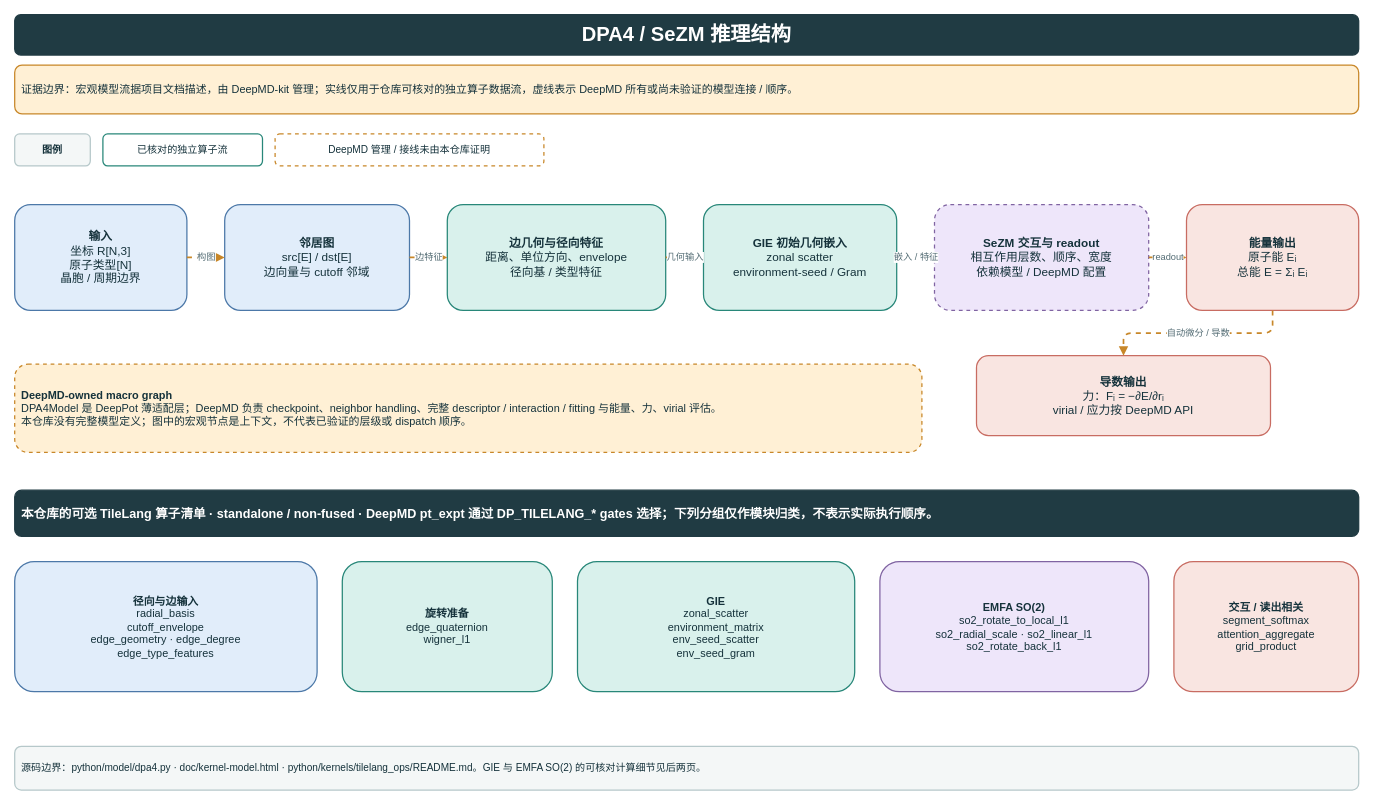
Before: page "DPA4 总览" (1 of 4) of doc/dpa4-model-architecture.drawio in lipengfei1409/bysj, a draw.io diagram. Source tidied: cells renumbered, new cells numbered last; positions are measured from the earlier drawing's top-left corner, leaving out a move shared by most shapes. Both pictures are drawn from the tidied source at 84%, with x=0, y=0 at pixel (14, 14).
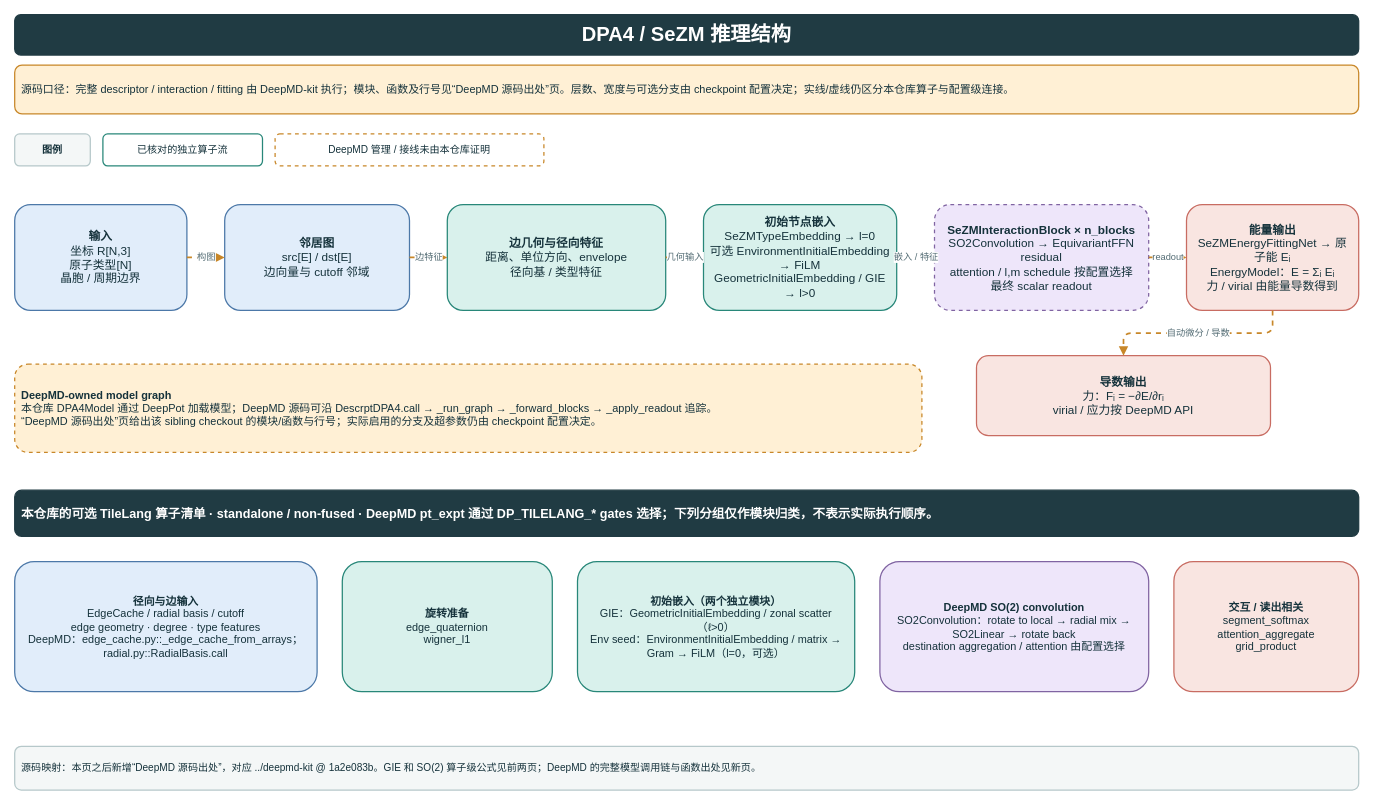
Above is the later version.

What changed in the source:
```diff
@@
-    <mxCell id="3" value="证据边界：宏观模型流据项目文档描述，由 DeepMD-kit 管理；实线仅用于仓库可核对的独立算子数据流，虚线表示 DeepMD 所有或尚未验证的模型连接 / 顺序。" style="rounded=1;whiteSpace=wrap;html=1;fillColor=#FFF0D5;strokeColor=#C88729;fontColor=#15323B;fontSize=13;align=left;verticalAlign=middle;spacing=8;fontStyle=0;dashed=0;strokeWidth=1.5;" parent="1" vertex="1">
+    <mxCell id="3" value="源码口径：完整 descriptor / interaction / fitting 由 DeepMD-kit 执行；模块、函数及行号见“DeepMD 源码出处”页。层数、宽度与可选分支由 checkpoint 配置决定；实线/虚线仍区分本仓库算子与配置级连接。" style="rounded=1;whiteSpace=wrap;html=1;fillColor=#FFF0D5;strokeColor=#C88729;fontColor=#15323B;fontSize=13;align=left;verticalAlign=middle;spacing=8;fontStyle=0;dashed=0;strokeWidth=1.5;" parent="1" vertex="1">
       <mxGeometry y="60" width="1600" height="58" as="geometry" />
     </mxCell>
@@
-    <mxCell id="10" value="&lt;b&gt;GIE 初始几何嵌入&lt;/b&gt;&lt;br&gt;zonal scatter&lt;br&gt;environment-seed / Gram" style="rounded=1;whiteSpace=wrap;html=1;fillColor=#D9F1EC;strokeColor=#288779;fontColor=#15323B;fontSize=14;align=center;verticalAlign=middle;spacing=8;fontStyle=0;dashed=0;strokeWidth=1.5;" parent="1" vertex="1">
+    <mxCell id="10" value="&lt;b&gt;初始节点嵌入&lt;/b&gt;&lt;br&gt;SeZMTypeEmbedding → l=0&lt;br&gt;可选 EnvironmentInitialEmbedding → FiLM&lt;br&gt;GeometricInitialEmbedding / GIE → l&gt;0" style="rounded=1;whiteSpace=wrap;html=1;fillColor=#D9F1EC;strokeColor=#288779;fontColor=#15323B;fontSize=14;align=center;verticalAlign=middle;spacing=8;fontStyle=0;dashed=0;strokeWidth=1.5;" parent="1" vertex="1">
       <mxGeometry x="820" y="226" width="230" height="126" as="geometry" />
     </mxCell>
-    <mxCell id="11" value="&lt;b&gt;SeZM 交互与 readout&lt;/b&gt;&lt;br&gt;相互作用层数、顺序、宽度&lt;br&gt;依赖模型 / DeepMD 配置" style="rounded=1;whiteSpace=wrap;html=1;fillColor=#EEE6FA;strokeColor=#8064A2;fontColor=#15323B;fontSize=14;align=center;verticalAlign=middle;spacing=8;fontStyle=0;dashed=1;strokeWidth=1.5;" parent="1" vertex="1">
+    <mxCell id="11" value="&lt;b&gt;SeZMInteractionBlock × n_blocks&lt;/b&gt;&lt;br&gt;SO2Convolution → EquivariantFFN residual&lt;br&gt;attention / l,m schedule 按配置选择&lt;br&gt;最终 scalar readout" style="rounded=1;whiteSpace=wrap;html=1;fillColor=#EEE6FA;strokeColor=#8064A2;fontColor=#15323B;fontSize=14;align=center;verticalAlign=middle;spacing=8;fontStyle=0;dashed=1;strokeWidth=1.5;" parent="1" vertex="1">
       <mxGeometry x="1095" y="226" width="255" height="126" as="geometry" />
     </mxCell>
-    <mxCell id="12" value="&lt;b&gt;能量输出&lt;/b&gt;&lt;br&gt;原子能 Eᵢ&lt;br&gt;总能 E = Σᵢ Eᵢ" style="rounded=1;whiteSpace=wrap;html=1;fillColor=#F9E5E1;strokeColor=#C86C62;fontColor=#15323B;fontSize=14;align=center;verticalAlign=middle;spacing=8;fontStyle=0;dashed=0;strokeWidth=1.5;" parent="1" vertex="1">
+    <mxCell id="12" value="&lt;b&gt;能量输出&lt;/b&gt;&lt;br&gt;SeZMEnergyFittingNet → 原子能 Eᵢ&lt;br&gt;EnergyModel：E = Σᵢ Eᵢ&lt;br&gt;力 / virial 由能量导数得到" style="rounded=1;whiteSpace=wrap;html=1;fillColor=#F9E5E1;strokeColor=#C86C62;fontColor=#15323B;fontSize=14;align=center;verticalAlign=middle;spacing=8;fontStyle=0;dashed=0;strokeWidth=1.5;" parent="1" vertex="1">
       <mxGeometry x="1395" y="226" width="205" height="126" as="geometry" />
     </mxCell>
@@
-    <mxCell id="20" value="&lt;b&gt;DeepMD-owned macro graph&lt;/b&gt;&lt;br&gt;DPA4Model 是 DeepPot 薄适配层；DeepMD 负责 checkpoint、neighbor handling、完整 descriptor / interaction / fitting 与能量、力、virial 评估。&lt;br&gt;本仓库没有完整模型定义；图中的宏观节点是上下文，不代表已验证的层级或 dispatch 顺序。" style="rounded=1;whiteSpace=wrap;html=1;fillColor=#FFF0D5;strokeColor=#C88729;fontColor=#15323B;fontSize=13;align=left;verticalAlign=middle;spacing=8;fontStyle=0;dashed=1;strokeWidth=1.5;" parent="1" vertex="1">
+    <mxCell id="20" value="&lt;b&gt;DeepMD-owned model graph&lt;/b&gt;&lt;br&gt;本仓库 DPA4Model 通过 DeepPot 加载模型；DeepMD 源码可沿 DescrptDPA4.call → _run_graph → _forward_blocks → _apply_readout 追踪。&lt;br&gt;“DeepMD 源码出处”页给出该 sibling checkout 的模块/函数与行号；实际启用的分支及超参数仍由 checkpoint 配置决定。" style="rounded=1;whiteSpace=wrap;html=1;fillColor=#FFF0D5;strokeColor=#C88729;fontColor=#15323B;fontSize=13;align=left;verticalAlign=middle;spacing=8;fontStyle=0;dashed=1;strokeWidth=1.5;" parent="1" vertex="1">
       <mxGeometry y="416" width="1080" height="105" as="geometry" />
     </mxCell>
@@
-    <mxCell id="22" value="&lt;b&gt;径向与边输入&lt;/b&gt;&lt;br&gt;radial_basis&lt;br&gt;cutoff_envelope&lt;br&gt;edge_geometry · edge_degree&lt;br&gt;edge_type_features" style="rounded=1;whiteSpace=wrap;html=1;fillColor=#E1EDFA;strokeColor=#4C78A8;fontColor=#15323B;fontSize=13;align=center;verticalAlign=middle;spacing=8;fontStyle=0;dashed=0;strokeWidth=1.5;" parent="1" vertex="1">
+    <mxCell id="22" value="&lt;b&gt;径向与边输入&lt;/b&gt;&lt;br&gt;EdgeCache / radial basis / cutoff&lt;br&gt;edge geometry · degree · type features&lt;br&gt;DeepMD：edge_cache.py::_edge_cache_from_arrays；radial.py::RadialBasis.call" style="rounded=1;whiteSpace=wrap;html=1;fillColor=#E1EDFA;strokeColor=#4C78A8;fontColor=#15323B;fontSize=13;align=center;verticalAlign=middle;spacing=8;fontStyle=0;dashed=0;strokeWidth=1.5;" parent="1" vertex="1">
       <mxGeometry y="651" width="360" height="155" as="geometry" />
     </mxCell>
@@
-    <mxCell id="24" value="&lt;b&gt;GIE&lt;/b&gt;&lt;br&gt;zonal_scatter&lt;br&gt;environment_matrix&lt;br&gt;env_seed_scatter&lt;br&gt;env_seed_gram" style="rounded=1;whiteSpace=wrap;html=1;fillColor=#D9F1EC;strokeColor=#288779;fontColor=#15323B;fontSize=13;align=center;verticalAlign=middle;spacing=8;fontStyle=0;dashed=0;strokeWidth=1.5;" parent="1" vertex="1">
+    <mxCell id="24" value="&lt;b&gt;初始嵌入（两个独立模块）&lt;/b&gt;&lt;br&gt;GIE：GeometricInitialEmbedding / zonal scatter（ℓ&gt;0）&lt;br&gt;Env seed：EnvironmentInitialEmbedding / matrix → Gram → FiLM（l=0，可选）" style="rounded=1;whiteSpace=wrap;html=1;fillColor=#D9F1EC;strokeColor=#288779;fontColor=#15323B;fontSize=13;align=center;verticalAlign=middle;spacing=8;fontStyle=0;dashed=0;strokeWidth=1.5;" parent="1" vertex="1">
       <mxGeometry x="670" y="651" width="330" height="155" as="geometry" />
     </mxCell>
-    <mxCell id="25" value="&lt;b&gt;EMFA SO(2)&lt;/b&gt;&lt;br&gt;so2_rotate_to_local_l1&lt;br&gt;so2_radial_scale · so2_linear_l1&lt;br&gt;so2_rotate_back_l1" style="rounded=1;whiteSpace=wrap;html=1;fillColor=#EEE6FA;strokeColor=#8064A2;fontColor=#15323B;fontSize=13;align=center;verticalAlign=middle;spacing=8;fontStyle=0;dashed=0;strokeWidth=1.5;" parent="1" vertex="1">
+    <mxCell id="25" value="&lt;b&gt;DeepMD SO(2) convolution&lt;/b&gt;&lt;br&gt;SO2Convolution：rotate to local → radial mix → SO2Linear → rotate back&lt;br&gt;destination aggregation / attention 由配置选择" style="rounded=1;whiteSpace=wrap;html=1;fillColor=#EEE6FA;strokeColor=#8064A2;fontColor=#15323B;fontSize=13;align=center;verticalAlign=middle;spacing=8;fontStyle=0;dashed=0;strokeWidth=1.5;" parent="1" vertex="1">
       <mxGeometry x="1030" y="651" width="320" height="155" as="geometry" />
     </mxCell>
@@
-    <mxCell id="27" value="源码边界：python/model/dpa4.py · doc/kernel-model.html · python/kernels/tilelang_ops/README.md。GIE 与 EMFA SO(2) 的可核对计算细节见后两页。" style="rounded=1;whiteSpace=wrap;html=1;fillColor=#F4F7F7;strokeColor=#B6C8CA;fontColor=#15323B;fontSize=12;align=left;verticalAlign=middle;spacing=8;fontStyle=0;dashed=0;strokeWidth=1.5;" parent="1" vertex="1">
+    <mxCell id="27" value="源码映射：本页之后新增“DeepMD 源码出处”，对应 ../deepmd-kit @ 1a2e083b。GIE 和 SO(2) 算子级公式见前两页；DeepMD 的完整模型调用链与函数出处见新页。" style="rounded=1;whiteSpace=wrap;html=1;fillColor=#F4F7F7;strokeColor=#B6C8CA;fontColor=#15323B;fontSize=12;align=left;verticalAlign=middle;spacing=8;fontStyle=0;dashed=0;strokeWidth=1.5;" parent="1" vertex="1">
       <mxGeometry y="871" width="1600" height="52" as="geometry" />
     </mxCell>
```
